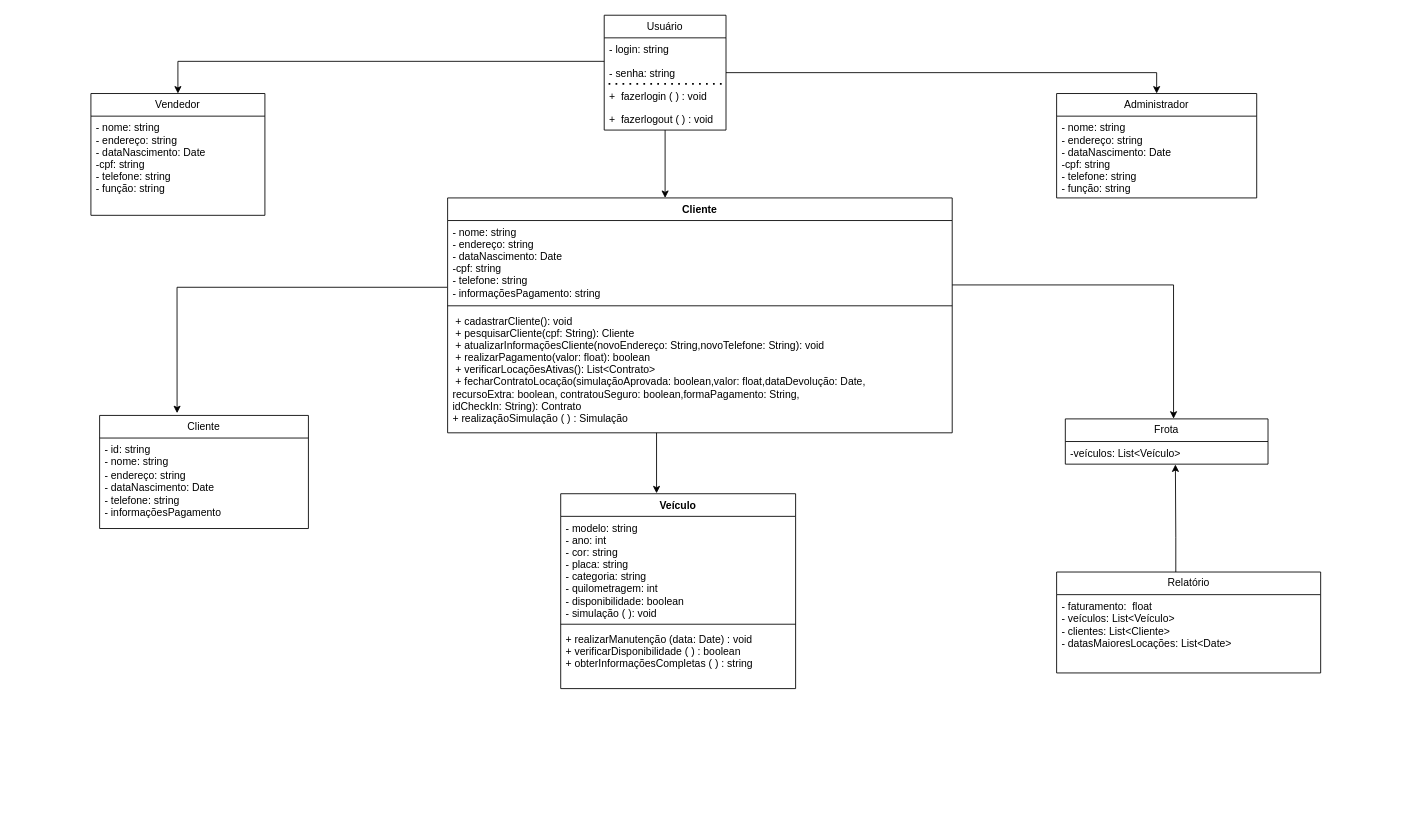
renataalineb/case-locadora keeps this draw.io diagram as Diagrama sem nome.drawio. Above is the earlier version. Source tidied: cells renumbered, new cells numbered last; positions are measured from the earlier drawing's top-left corner, leaving out a move shared by most shapes. Both pictures are drawn from the tidied source at 87%, with x=0, y=0 at pixel (90, 15).
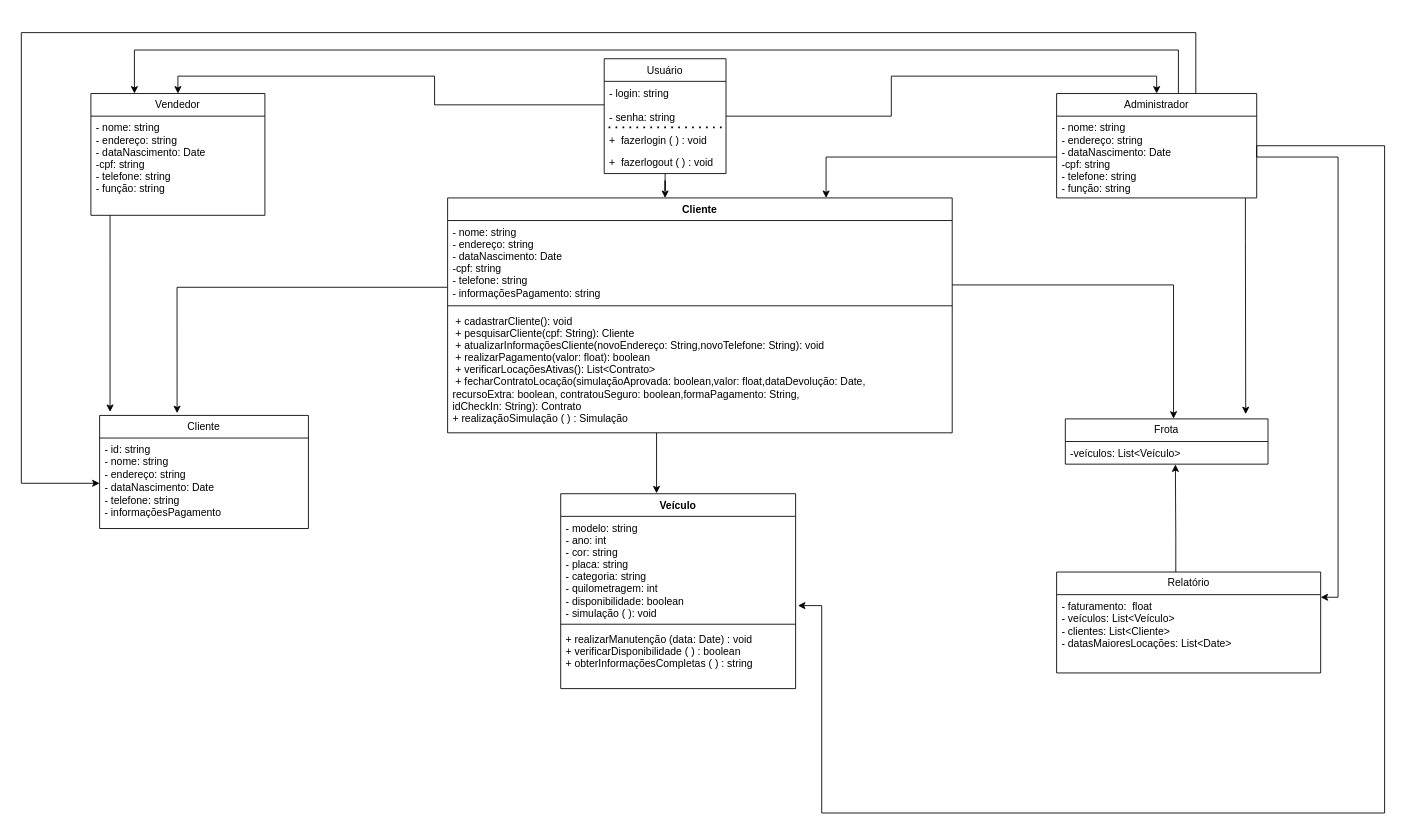
After the change.

Commit message:
Diagrama de classe

The change refers to these unchanged cells:
```xml
<mxCell id="11" value="Cliente" style="swimlane;fontStyle=1;align=center;verticalAlign=top;horizontal=1;startSize=26;" parent="1" vertex="1">
  <mxGeometry x="410" y="210" width="580" height="270" as="geometry" />
</mxCell>
<mxCell id="15" value="Cliente" style="swimlane;fontStyle=0;horizontal=1;startSize=26;fillColor=none;whiteSpace=wrap;html=1;" parent="1" vertex="1">
  <mxGeometry x="10" y="460" width="240" height="130" as="geometry" />
</mxCell>
<mxCell id="16" value="- id: string&lt;br&gt;- nome: string&lt;br&gt;- endereço: string&lt;br&gt;- dataNascimento: Date&lt;br&gt;- telefone: string&lt;br&gt;- informaçõesPagamento" style="text;strokeColor=none;fillColor=none;align=left;verticalAlign=top;spacingLeft=4;spacingRight=4;overflow=hidden;points=[[0,0.5],[1,0.5]];portConstraint=eastwest;whiteSpace=wrap;html=1;" parent="15" vertex="1">
  <mxGeometry y="26" width="240" height="104" as="geometry" />
</mxCell>
<mxCell id="17" value="Vendedor" style="swimlane;fontStyle=0;horizontal=1;startSize=26;fillColor=none;whiteSpace=wrap;html=1;" parent="1" vertex="1">
  <mxGeometry y="90" width="200" height="140" as="geometry" />
</mxCell>
<mxCell id="20" value="Administrador" style="swimlane;fontStyle=0;horizontal=1;startSize=26;fillColor=none;whiteSpace=wrap;html=1;" parent="1" vertex="1">
  <mxGeometry x="1110" y="90" width="230" height="120" as="geometry" />
</mxCell>
<mxCell id="21" value="- nome: string&#10;- endereço: string&#10;- dataNascimento: Date&#10;-cpf: string&#10;- telefone: string&#10;- função: string&#10;&#10;" style="text;strokeColor=none;fillColor=none;align=left;verticalAlign=top;spacingLeft=4;spacingRight=4;overflow=hidden;points=[[0,0.5],[1,0.5]];portConstraint=eastwest;" parent="20" vertex="1">
  <mxGeometry y="26" width="230" height="94" as="geometry" />
</mxCell>
<mxCell id="23" value="- modelo: string&#10;- ano: int&#10;- cor: string&#10;- placa: string&#10;- categoria: string&#10;- quilometragem: int&#10;- disponibilidade: boolean&#10;- simulação ( ): void&#10;" style="text;strokeColor=none;fillColor=none;align=left;verticalAlign=top;spacingLeft=4;spacingRight=4;overflow=hidden;points=[[0,0.5],[1,0.5]];portConstraint=eastwest;" parent="22" vertex="1">
  <mxGeometry y="26" width="270" height="120" as="geometry" />
</mxCell>
<mxCell id="26" value="Frota" style="swimlane;fontStyle=0;horizontal=1;startSize=26;fillColor=none;whiteSpace=wrap;html=1;" parent="1" vertex="1">
  <mxGeometry x="1120" y="464" width="233" height="52" as="geometry" />
</mxCell>
<mxCell id="29" value="Relatório" style="swimlane;fontStyle=0;horizontal=1;startSize=26;fillColor=none;whiteSpace=wrap;html=1;" parent="1" vertex="1">
  <mxGeometry x="1110" y="640" width="303.5" height="116" as="geometry" />
</mxCell>
```

Change to the diagram source:
```diff
@@
     <mxCell id="4" value="Usuário" style="swimlane;fontStyle=0;horizontal=1;startSize=26;fillColor=none;" parent="1" vertex="1">
-      <mxGeometry x="590" width="140" height="132" as="geometry" />
+      <mxGeometry x="590" y="50" width="140" height="132" as="geometry" />
     </mxCell>
@@
+    <mxCell id="32" style="edgeStyle=orthogonalEdgeStyle;rounded=0;jettySize=auto;html=1;entryX=0.05;entryY=-0.031;entryDx=0;entryDy=0;entryPerimeter=0;" parent="1" edge="1" source="17" target="15">
+      <mxGeometry relative="1" as="geometry">
+        <Array as="points">
+          <mxPoint x="22" y="280" />
+          <mxPoint x="22" y="280" />
+        </Array>
+      </mxGeometry>
+    </mxCell>
@@
+    <mxCell id="33" style="edgeStyle=orthogonalEdgeStyle;rounded=0;jettySize=auto;html=1;entryX=0;entryY=0.5;entryDx=0;entryDy=0;" parent="1" edge="1" source="20" target="16">
+      <mxGeometry relative="1" as="geometry">
+        <Array as="points">
+          <mxPoint x="1270" y="20" />
+          <mxPoint x="-80" y="20" />
+          <mxPoint x="-80" y="538" />
+        </Array>
+      </mxGeometry>
+    </mxCell>
+    <mxCell id="34" style="edgeStyle=orthogonalEdgeStyle;rounded=0;jettySize=auto;html=1;entryX=0.89;entryY=-0.105;entryDx=0;entryDy=0;entryPerimeter=0;" parent="1" edge="1" source="20" target="26">
+      <mxGeometry relative="1" as="geometry">
+        <Array as="points">
+          <mxPoint x="1327" y="260" />
+          <mxPoint x="1327" y="260" />
+        </Array>
+      </mxGeometry>
+    </mxCell>
+    <mxCell id="35" style="edgeStyle=orthogonalEdgeStyle;rounded=0;jettySize=auto;html=1;entryX=0.25;entryY=0;entryDx=0;entryDy=0;" parent="1" edge="1" source="20" target="17">
+      <mxGeometry relative="1" as="geometry">
+        <Array as="points">
+          <mxPoint x="1250" y="40" />
+          <mxPoint x="50" y="40" />
+        </Array>
+      </mxGeometry>
+    </mxCell>
@@
+    <mxCell id="36" style="edgeStyle=orthogonalEdgeStyle;rounded=0;jettySize=auto;html=1;entryX=1.01;entryY=0.855;entryDx=0;entryDy=0;entryPerimeter=0;exitX=1;exitY=0.5;exitDx=0;exitDy=0;" parent="1" edge="1" source="21" target="23">
+      <mxGeometry relative="1" as="geometry">
+        <Array as="points">
+          <mxPoint x="1340" y="150" />
+          <mxPoint x="1487" y="150" />
+          <mxPoint x="1487" y="917" />
+          <mxPoint x="840" y="917" />
+          <mxPoint x="840" y="679" />
+        </Array>
+      </mxGeometry>
+    </mxCell>
+    <mxCell id="37" style="edgeStyle=orthogonalEdgeStyle;rounded=0;jettySize=auto;html=1;entryX=0.75;entryY=0;entryDx=0;entryDy=0;" parent="1" edge="1" source="21" target="11">
+      <mxGeometry relative="1" as="geometry" />
+    </mxCell>
+    <mxCell id="38" style="edgeStyle=orthogonalEdgeStyle;rounded=0;jettySize=auto;html=1;entryX=1;entryY=0.25;entryDx=0;entryDy=0;" parent="1" edge="1" source="21" target="29">
+      <mxGeometry relative="1" as="geometry" />
+    </mxCell>
```
